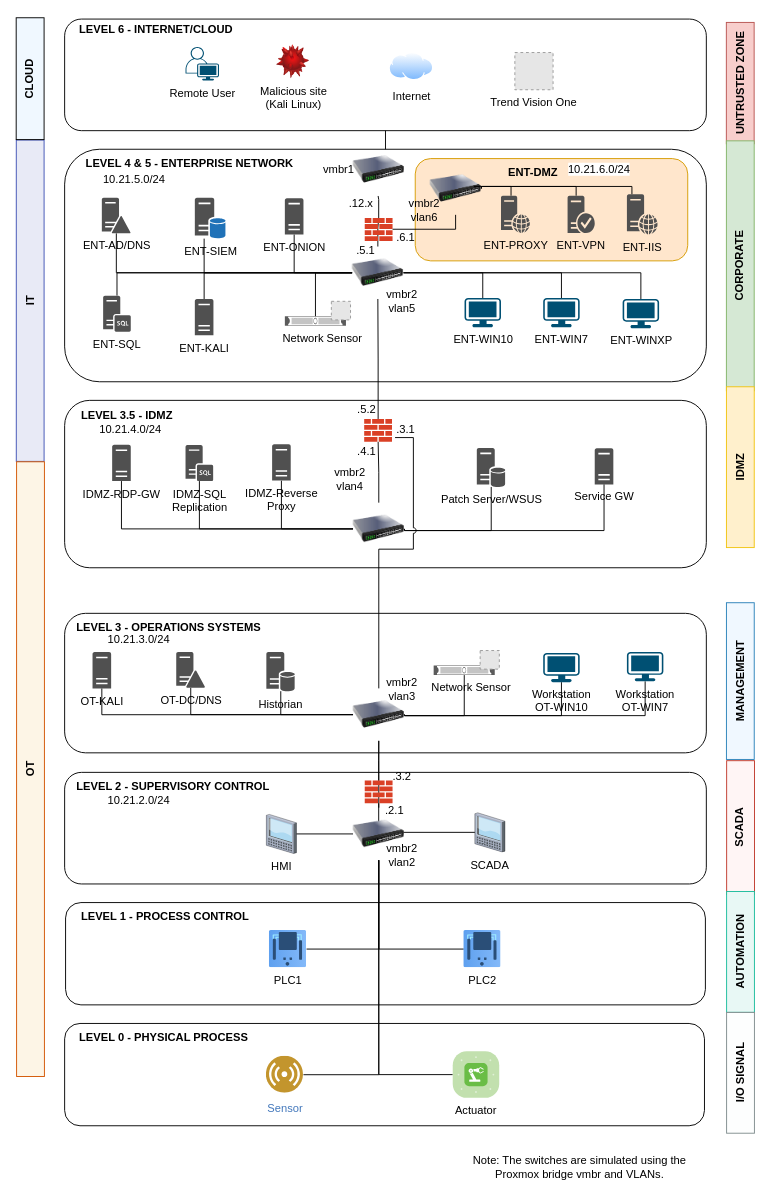
Before: architecture_diagram.drawio in jeromet2020/ics-ot-lab, a draw.io diagram. Source tidied: cells renumbered, new cells numbered last; positions are measured from the earlier drawing's top-left corner, leaving out a move shared by most shapes. Both pictures are drawn from the tidied source at 93%, with x=0, y=0 at pixel (-277, 16). Pictures stored in the file or linked from it are replaced by grey dashed boxes.
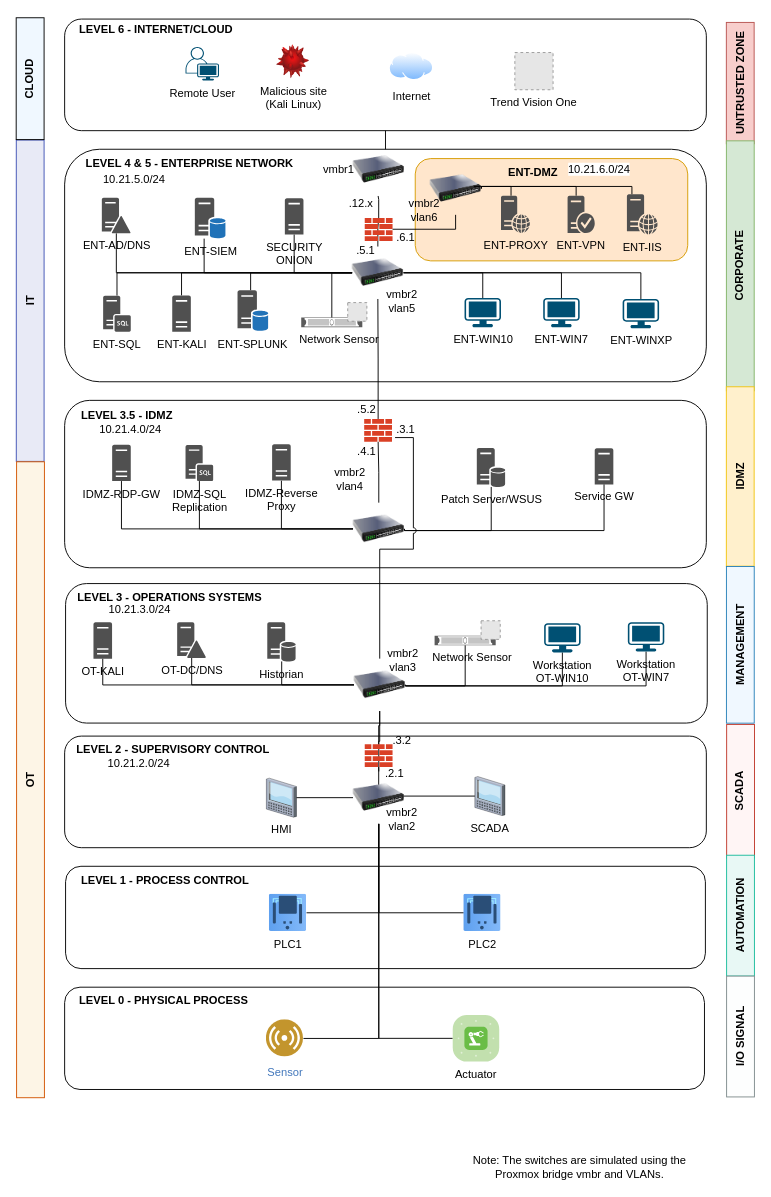
After the change.

The change refers to these unchanged cells:
```xml
<mxCell id="10" style="image;html=1;image=img/lib/clip_art/networking/Switch_128x128.png;" parent="1" vertex="1">
  <mxGeometry x="676.1" y="247.6" width="55.3" height="56.4" as="geometry" />
</mxCell>
<mxCell id="46" value="Network Sensor" style="strokeColor=#666666;html=1;labelPosition=center;align=center;spacingLeft=15;shadow=0;dashed=0;outlineConnect=0;shape=mxgraph.rack.general.1u_rack_server;verticalLabelPosition=bottom;verticalAlign=top;" parent="45" vertex="1">
  <mxGeometry y="16" width="65.7" height="10.4" as="geometry" />
</mxCell>
<mxCell id="74" value="Network Sensor" style="strokeColor=#666666;html=1;labelPosition=center;align=center;spacingLeft=15;shadow=0;dashed=0;outlineConnect=0;shape=mxgraph.rack.general.1u_rack_server;verticalLabelPosition=bottom;verticalAlign=top;" parent="73" vertex="1">
  <mxGeometry y="16" width="65.7" height="10.4" as="geometry" />
</mxCell>
```

What changed in the source:
```diff
@@
     <mxCell id="2" style="rounded=1;whiteSpace=wrap;html=1;" parent="1" vertex="1">
-      <mxGeometry x="368" y="953" width="688" height="110" as="geometry" />
+      <mxGeometry x="368" y="914" width="688" height="110" as="geometry" />
     </mxCell>
     <mxCell id="3" style="rounded=1;whiteSpace=wrap;html=1;" parent="1" vertex="1">
-      <mxGeometry x="367" y="813" width="690" height="120" as="geometry" />
+      <mxGeometry x="367" y="774" width="690" height="120" as="geometry" />
     </mxCell>
     <mxCell id="4" style="rounded=1;whiteSpace=wrap;html=1;" parent="1" vertex="1">
-      <mxGeometry x="367" y="642" width="690" height="150" as="geometry" />
+      <mxGeometry x="368" y="610" width="690" height="150" as="geometry" />
     </mxCell>
@@
     <mxCell id="21" style="edgeStyle=orthogonalEdgeStyle;rounded=0;jettySize=auto;html=1;entryX=0;entryY=0.5;entryDx=0;entryDy=0;endArrow=none;startFill=0;" parent="1" edge="1" source="22" target="10">
       <mxGeometry relative="1" as="geometry">
         <Array as="points">
-          <mxPoint x="517" y="276" />
+          <mxPoint x="493" y="276" />
         </Array>
       </mxGeometry>
     </mxCell>
     <mxCell id="22" value="ENT-KALI" style="sketch=0;shadow=0;dashed=0;html=1;strokeColor=none;fillColor=#505050;labelPosition=center;verticalLabelPosition=bottom;verticalAlign=top;outlineConnect=0;align=center;shape=mxgraph.office.servers.server_generic;" parent="1" vertex="1">
-      <mxGeometry x="507" y="304" width="20" height="39" as="geometry" />
+      <mxGeometry x="482.7" y="300.2" width="20" height="39" as="geometry" />
     </mxCell>
@@
     <mxCell id="45" style="group;" parent="1" vertex="1">
-      <mxGeometry x="603.8" y="306.5" width="70.6" height="26.5" as="geometry" />
+      <mxGeometry x="621.4" y="307.9" width="70.6" height="26.5" as="geometry" />
     </mxCell>
@@
     <mxCell id="48" style="edgeStyle=orthogonalEdgeStyle;rounded=0;jettySize=auto;html=1;entryX=0;entryY=0.5;entryDx=0;entryDy=0;endArrow=none;startFill=0;" parent="1" edge="1" source="46" target="10">
       <mxGeometry relative="1" as="geometry">
         <Array as="points">
-          <mxPoint x="637" y="276" />
+          <mxPoint x="654" y="276" />
         </Array>
       </mxGeometry>
     </mxCell>
@@
     <mxCell id="62" style="edgeStyle=orthogonalEdgeStyle;rounded=0;jettySize=auto;html=1;entryX=0;entryY=0.5;entryDx=0;entryDy=0;endArrow=none;startFill=0;" parent="1" edge="1" source="63" target="69">
       <mxGeometry relative="1" as="geometry">
         <Array as="points">
-          <mxPoint x="503" y="750" />
+          <mxPoint x="504" y="718" />
         </Array>
       </mxGeometry>
     </mxCell>
     <mxCell id="63" value="OT-DC/&lt;span style=&quot;background-color: transparent; color: light-dark(rgb(0, 0, 0), rgb(255, 255, 255));&quot;&gt;DNS&lt;/span&gt;" style="sketch=0;shadow=0;dashed=0;html=1;strokeColor=none;fillColor=#505050;labelPosition=center;verticalLabelPosition=bottom;verticalAlign=top;outlineConnect=0;align=center;shape=mxgraph.office.servers.domain_controller;" parent="1" vertex="1">
-      <mxGeometry x="487" y="683.7" width="31.1" height="38.3" as="geometry" />
+      <mxGeometry x="488" y="651.7" width="31.1" height="38.3" as="geometry" />
     </mxCell>
     <mxCell id="64" style="edgeStyle=orthogonalEdgeStyle;rounded=0;jettySize=auto;html=1;entryX=0;entryY=0.5;entryDx=0;entryDy=0;endArrow=none;startFill=0;" parent="1" edge="1" source="65" target="69">
       <mxGeometry relative="1" as="geometry">
         <Array as="points">
-          <mxPoint x="599" y="750" />
+          <mxPoint x="600" y="718" />
         </Array>
       </mxGeometry>
     </mxCell>
     <mxCell id="65" value="Historian" style="sketch=0;shadow=0;dashed=0;html=1;strokeColor=none;fillColor=#505050;labelPosition=center;verticalLabelPosition=bottom;verticalAlign=top;outlineConnect=0;align=center;shape=mxgraph.office.servers.database_server;" parent="1" vertex="1">
-      <mxGeometry x="583.9" y="683.7" width="31" height="42" as="geometry" />
+      <mxGeometry x="584.9" y="651.7" width="31" height="42" as="geometry" />
     </mxCell>
     <mxCell id="66" style="edgeStyle=orthogonalEdgeStyle;rounded=0;jettySize=auto;html=1;entryX=1;entryY=0.5;entryDx=0;entryDy=0;endArrow=none;startFill=0;" parent="1" edge="1" source="67" target="69">
       <mxGeometry relative="1" as="geometry">
         <Array as="points">
-          <mxPoint x="901" y="752" />
+          <mxPoint x="902" y="720" />
         </Array>
       </mxGeometry>
     </mxCell>
     <mxCell id="67" value="Workstation&lt;div&gt;OT-WIN10&lt;/div&gt;" style="points=[[0.03,0.03,0],[0.5,0,0],[0.97,0.03,0],[1,0.4,0],[0.97,0.745,0],[0.5,1,0],[0.03,0.745,0],[0,0.4,0]];verticalLabelPosition=bottom;sketch=0;html=1;verticalAlign=top;align=center;shape=mxgraph.cisco19.workstation;fillColor=#005073;strokeColor=none;" parent="1" vertex="1">
-      <mxGeometry x="881.6" y="684.6" width="39.2" height="31.4" as="geometry" />
+      <mxGeometry x="882.6" y="652.6" width="39.2" height="31.4" as="geometry" />
     </mxCell>
@@
     <mxCell id="69" style="image;html=1;image=img/lib/clip_art/networking/Switch_128x128.png;" parent="1" vertex="1">
-      <mxGeometry x="677.1" y="722.7" width="55.3" height="56.4" as="geometry" />
+      <mxGeometry x="678.1" y="690.7" width="55.3" height="56.4" as="geometry" />
     </mxCell>
     <mxCell id="70" style="edgeStyle=orthogonalEdgeStyle;rounded=0;jettySize=auto;html=1;entryX=1;entryY=0.5;entryDx=0;entryDy=0;endArrow=none;startFill=0;" parent="1" edge="1" source="71" target="69">
       <mxGeometry relative="1" as="geometry">
         <Array as="points">
-          <mxPoint x="991" y="752" />
+          <mxPoint x="992" y="720" />
         </Array>
       </mxGeometry>
     </mxCell>
     <mxCell id="71" value="Workstation&lt;div&gt;OT-WIN7&lt;/div&gt;" style="points=[[0.03,0.03,0],[0.5,0,0],[0.97,0.03,0],[1,0.4,0],[0.97,0.745,0],[0.5,1,0],[0.03,0.745,0],[0,0.4,0]];verticalLabelPosition=bottom;sketch=0;html=1;verticalAlign=top;align=center;shape=mxgraph.cisco19.workstation;fillColor=#005073;strokeColor=none;" parent="1" vertex="1">
-      <mxGeometry x="971.6" y="683.7" width="39.2" height="31.4" as="geometry" />
+      <mxGeometry x="972.6" y="651.7" width="39.2" height="31.4" as="geometry" />
     </mxCell>
     <mxCell id="72" value="LEVEL 3 - OPERATIONS SYSTEMS" style="text;html=1;align=left;verticalAlign=middle;whiteSpace=wrap;rounded=0;fontStyle=1;" parent="1" vertex="1">
-      <mxGeometry x="378" y="642" width="249" height="30" as="geometry" />
+      <mxGeometry x="379" y="610" width="249" height="30" as="geometry" />
     </mxCell>
     <mxCell id="73" style="group;" parent="1" vertex="1">
-      <mxGeometry x="763.8" y="682" width="70.6" height="26.5" as="geometry" />
+      <mxGeometry x="764.8" y="650" width="70.6" height="26.5" as="geometry" />
     </mxCell>
@@
     <mxCell id="76" style="edgeStyle=orthogonalEdgeStyle;rounded=0;jettySize=auto;html=1;entryX=1;entryY=0.5;entryDx=0;entryDy=0;endArrow=none;startFill=0;" parent="1" edge="1" source="74" target="69">
       <mxGeometry relative="1" as="geometry">
         <Array as="points">
-          <mxPoint x="797" y="752" />
+          <mxPoint x="798" y="720" />
         </Array>
       </mxGeometry>
     </mxCell>
     <mxCell id="77" style="edgeStyle=orthogonalEdgeStyle;rounded=0;jettySize=auto;html=1;endArrow=none;startFill=0;" parent="1" edge="1" source="78" target="69">
       <mxGeometry relative="1" as="geometry">
         <Array as="points">
-          <mxPoint x="407" y="751" />
+          <mxPoint x="408" y="719" />
         </Array>
       </mxGeometry>
     </mxCell>
     <mxCell id="78" value="OT-KALI" style="sketch=0;shadow=0;dashed=0;html=1;strokeColor=none;fillColor=#505050;labelPosition=center;verticalLabelPosition=bottom;verticalAlign=top;outlineConnect=0;align=center;shape=mxgraph.office.servers.server_generic;" parent="1" vertex="1">
-      <mxGeometry x="397" y="683.7" width="20" height="39" as="geometry" />
+      <mxGeometry x="398" y="651.7" width="20" height="39" as="geometry" />
     </mxCell>
     <mxCell id="79" value="IDMZ" style="rounded=0;whiteSpace=wrap;html=1;rotation=-90;fontStyle=1;fillColor=#FFF0CC;strokeColor=#F1C40F;" parent="1" vertex="1">
-      <mxGeometry x="1007.1" y="469.9" width="172.9" height="29.9" as="geometry" />
+      <mxGeometry x="997" y="479.9" width="192.9" height="29.9" as="geometry" />
     </mxCell>
     <mxCell id="80" value="MANAGEMENT" style="rounded=0;whiteSpace=wrap;html=1;rotation=-90;fontStyle=1;fillColor=#F0F8FF;strokeColor=#2980B9;" parent="1" vertex="1">
-      <mxGeometry x="1009.3" y="699.9" width="168.5" height="29.9" as="geometry" />
+      <mxGeometry x="1009.3" y="660.9" width="168.5" height="29.9" as="geometry" />
     </mxCell>
@@
     <mxCell id="82" value="HMI" style="verticalLabelPosition=bottom;sketch=0;html=1;verticalAlign=top;strokeColor=none;align=center;outlineConnect=0;shape=mxgraph.citrix.tablet_1;" parent="1" vertex="1">
-      <mxGeometry x="583.9" y="858.2" width="32.4" height="42" as="geometry" />
+      <mxGeometry x="583.9" y="819.2" width="32.4" height="42" as="geometry" />
     </mxCell>
@@
     <mxCell id="84" value="SCADA" style="verticalLabelPosition=bottom;sketch=0;html=1;verticalAlign=top;strokeColor=none;align=center;outlineConnect=0;shape=mxgraph.citrix.tablet_1;" parent="1" vertex="1">
-      <mxGeometry x="808.1" y="856.5" width="32.4" height="42" as="geometry" />
+      <mxGeometry x="808.1" y="817.5" width="32.4" height="42" as="geometry" />
     </mxCell>
     <mxCell id="85" value="LEVEL 2 - SUPERVISORY CONTROL" style="text;html=1;align=left;verticalAlign=middle;whiteSpace=wrap;rounded=0;fontStyle=1;" parent="1" vertex="1">
-      <mxGeometry x="378" y="813" width="249" height="30" as="geometry" />
+      <mxGeometry x="378" y="774" width="249" height="30" as="geometry" />
     </mxCell>
     <mxCell id="86" value="SCADA" style="rounded=0;whiteSpace=wrap;html=1;rotation=-90;fontStyle=1;fillColor=#FFF5F5;strokeColor=#C0392B;" parent="1" vertex="1">
-      <mxGeometry x="1021.9" y="857.4" width="143.8" height="29.9" as="geometry" />
+      <mxGeometry x="1021.9" y="818.4" width="143.8" height="29.9" as="geometry" />
     </mxCell>
@@
     <mxCell id="88" value="PLC2" style="image;html=1;points=[];align=center;fontSize=12;image=img/lib/azure2/other/Defender_PLC.svg;" parent="1" vertex="1">
-      <mxGeometry x="796.2" y="983" width="40" height="40" as="geometry" />
+      <mxGeometry x="796.2" y="944" width="40" height="40" as="geometry" />
     </mxCell>
@@
     <mxCell id="90" value="PLC1" style="image;html=1;points=[];align=center;fontSize=12;image=img/lib/azure2/other/Defender_PLC.svg;" parent="1" vertex="1">
-      <mxGeometry x="587.1" y="983" width="40" height="40" as="geometry" />
+      <mxGeometry x="587.1" y="944" width="40" height="40" as="geometry" />
     </mxCell>
@@
     <mxCell id="92" style="sketch=0;shadow=0;dashed=0;html=1;strokeColor=none;labelPosition=center;verticalLabelPosition=bottom;verticalAlign=top;outlineConnect=0;align=center;shape=mxgraph.office.concepts.firewall;fillColor=#DA4026;" parent="1" vertex="1">
-      <mxGeometry x="689.7" y="821.7" width="29.9" height="24.6" as="geometry" />
+      <mxGeometry x="689.7" y="782.7" width="29.9" height="24.6" as="geometry" />
     </mxCell>
@@
     <mxCell id="94" style="image;html=1;image=img/lib/clip_art/networking/Switch_128x128.png;" parent="1" vertex="1">
-      <mxGeometry x="677.1" y="851" width="55.3" height="56.4" as="geometry" />
+      <mxGeometry x="677.1" y="812" width="55.3" height="56.4" as="geometry" />
     </mxCell>
     <mxCell id="95" value="LEVEL 1 - PROCESS CONTROL" style="text;html=1;align=left;verticalAlign=middle;whiteSpace=wrap;rounded=0;fontStyle=1;" parent="1" vertex="1">
-      <mxGeometry x="383" y="953" width="249" height="30" as="geometry" />
+      <mxGeometry x="383" y="914" width="249" height="30" as="geometry" />
     </mxCell>
     <mxCell id="96" value="AUTOMATION" style="rounded=0;whiteSpace=wrap;html=1;rotation=-90;fontStyle=1;fillColor=#E8F8F5;strokeColor=#1ABC9C;" parent="1" vertex="1">
-      <mxGeometry x="1028.8" y="991.1" width="129.9" height="29.9" as="geometry" />
+      <mxGeometry x="1028.8" y="952.1" width="129.9" height="29.9" as="geometry" />
     </mxCell>
     <mxCell id="97" style="rounded=1;whiteSpace=wrap;html=1;" parent="1" vertex="1">
-      <mxGeometry x="367" y="1083" width="688" height="110" as="geometry" />
+      <mxGeometry x="367" y="1044" width="688" height="110" as="geometry" />
     </mxCell>
     <mxCell id="98" value="LEVEL 0 - PHYSICAL PROCESS" style="text;html=1;align=left;verticalAlign=middle;whiteSpace=wrap;rounded=0;fontStyle=1;" parent="1" vertex="1">
-      <mxGeometry x="381" y="1083" width="249" height="30" as="geometry" />
+      <mxGeometry x="381" y="1044" width="249" height="30" as="geometry" />
     </mxCell>
     <mxCell id="99" value="I/O SIGNAL" style="rounded=0;whiteSpace=wrap;html=1;rotation=-90;fontStyle=1;fillColor=#FDFEFE;strokeColor=#7F8C8D;" parent="1" vertex="1">
-      <mxGeometry x="1028.8" y="1121.1" width="129.9" height="29.9" as="geometry" />
+      <mxGeometry x="1028.8" y="1082.1" width="129.9" height="29.9" as="geometry" />
     </mxCell>
@@
     <mxCell id="101" value="Sensor" style="image;perimeter=ellipsePerimeter;html=1;align=center;shadow=0;dashed=0;fontColor=#4277BB;labelBackgroundColor=default;fontSize=12;spacingTop=3;image=img/lib/ibm/users/sensor.svg;" parent="1" vertex="1">
-      <mxGeometry x="583.9" y="1118.1" width="39.9" height="39.9" as="geometry" />
+      <mxGeometry x="583.9" y="1079.1" width="39.9" height="39.9" as="geometry" />
     </mxCell>
@@
     <mxCell id="103" value="Actuator" style="verticalLabelPosition=bottom;sketch=0;html=1;fillColor=#6ABD46;strokeColor=#ffffff;verticalAlign=top;align=center;points=[[0.085,0.085,0],[0.915,0.085,0],[0.915,0.915,0],[0.085,0.915,0],[0.25,0,0],[0.5,0,0],[0.75,0,0],[1,0.25,0],[1,0.5,0],[1,0.75,0],[0.75,1,0],[0.5,1,0],[0.25,1,0],[0,0.75,0],[0,0.5,0],[0,0.25,0]];shape=mxgraph.cisco_safe.compositeIcon;bgIcon=mxgraph.cisco_safe.architecture.generic_appliance;resIcon=mxgraph.cisco_safe.architecture.actuator;" parent="1" vertex="1">
-      <mxGeometry x="784.3" y="1113" width="50" height="50" as="geometry" />
+      <mxGeometry x="784.3" y="1074" width="50" height="50" as="geometry" />
     </mxCell>
     <mxCell id="104" value="OT" style="rounded=0;whiteSpace=wrap;html=1;rotation=-90;fontStyle=1;fillColor=#FDF5E6;strokeColor=#D35400;" parent="1" vertex="1">
-      <mxGeometry x="-0.2" y="794.6" width="661" height="29.9" as="geometry" />
+      <mxGeometry x="-11.6" y="806" width="683.8" height="29.9" as="geometry" />
     </mxCell>
@@
     <mxCell id="112" value="vmbr2 vlan3" style="text;html=1;align=center;verticalAlign=middle;whiteSpace=wrap;rounded=0;" parent="1" vertex="1">
-      <mxGeometry x="699.8" y="708.5" width="60" height="30" as="geometry" />
+      <mxGeometry x="700.8" y="676.5" width="60" height="30" as="geometry" />
     </mxCell>
     <mxCell id="113" value="vmbr2 vlan2" style="text;html=1;align=center;verticalAlign=middle;whiteSpace=wrap;rounded=0;" parent="1" vertex="1">
-      <mxGeometry x="699.8" y="887.3" width="60" height="30" as="geometry" />
+      <mxGeometry x="699.8" y="848.3" width="60" height="30" as="geometry" />
     </mxCell>
@@
     <mxCell id="118" value="&lt;span style=&quot;caret-color: rgb(0, 0, 0); color: rgb(0, 0, 0); text-align: start; white-space-collapse: preserve; background-color: rgb(255, 255, 255);&quot;&gt;&lt;font face=&quot;Helvetica&quot;&gt;10.21.3.0/24&lt;/font&gt;&lt;/span&gt;" style="text;html=1;align=center;verticalAlign=middle;whiteSpace=wrap;rounded=0;" parent="1" vertex="1">
-      <mxGeometry x="417" y="654.5" width="60" height="30" as="geometry" />
+      <mxGeometry x="418" y="622.5" width="60" height="30" as="geometry" />
     </mxCell>
     <mxCell id="119" value="&lt;span style=&quot;caret-color: rgb(0, 0, 0); color: rgb(0, 0, 0); text-align: start; white-space-collapse: preserve; background-color: rgb(255, 255, 255);&quot;&gt;&lt;font face=&quot;Helvetica&quot;&gt;10.21.2.0/24&lt;/font&gt;&lt;/span&gt;" style="text;html=1;align=center;verticalAlign=middle;whiteSpace=wrap;rounded=0;" parent="1" vertex="1">
-      <mxGeometry x="417" y="828.2" width="60" height="30" as="geometry" />
+      <mxGeometry x="417" y="789.2" width="60" height="30" as="geometry" />
     </mxCell>
@@
     <mxCell id="125" value=".3.2" style="text;html=1;align=center;verticalAlign=middle;whiteSpace=wrap;rounded=0;" parent="1" vertex="1">
-      <mxGeometry x="699.8" y="803" width="60" height="30" as="geometry" />
+      <mxGeometry x="699.8" y="764" width="60" height="30" as="geometry" />
     </mxCell>
     <mxCell id="126" value=".2.1" style="text;html=1;align=center;verticalAlign=middle;whiteSpace=wrap;rounded=0;" parent="1" vertex="1">
-      <mxGeometry x="691.8" y="839" width="60" height="30" as="geometry" />
+      <mxGeometry x="691.8" y="800" width="60" height="30" as="geometry" />
     </mxCell>
@@
-    <mxCell id="129" value="ENT-ONION" style="sketch=0;shadow=0;dashed=0;html=1;strokeColor=none;fillColor=#505050;labelPosition=center;verticalLabelPosition=bottom;verticalAlign=top;outlineConnect=0;align=center;shape=mxgraph.office.servers.server_generic;" parent="1" vertex="1">
+    <mxCell id="129" value="SECURITY&lt;div&gt;ONION&lt;/div&gt;" style="sketch=0;shadow=0;dashed=0;html=1;strokeColor=none;fillColor=#505050;labelPosition=center;verticalLabelPosition=bottom;verticalAlign=top;outlineConnect=0;align=center;shape=mxgraph.office.servers.server_generic;" parent="1" vertex="1">
       <mxGeometry x="603.8" y="195.6" width="20" height="39" as="geometry" />
     </mxCell>
@@
+    <mxCell id="133" style="edgeStyle=orthogonalEdgeStyle;rounded=0;jettySize=auto;html=1;entryX=0;entryY=0.5;entryDx=0;entryDy=0;endArrow=none;endFill=0;" parent="1" edge="1" source="134" target="10">
+      <mxGeometry relative="1" as="geometry">
+        <Array as="points">
+          <mxPoint x="567" y="276" />
+        </Array>
+      </mxGeometry>
+    </mxCell>
+    <mxCell id="134" value="ENT-SPLUNK" style="sketch=0;shadow=0;dashed=0;html=1;strokeColor=none;fillColor=#505050;labelPosition=center;verticalLabelPosition=bottom;verticalAlign=top;outlineConnect=0;align=center;shape=mxgraph.office.databases.database_server_blue;" parent="1" vertex="1">
+      <mxGeometry x="552.9" y="294.7" width="33" height="44" as="geometry" />
+    </mxCell>
```
